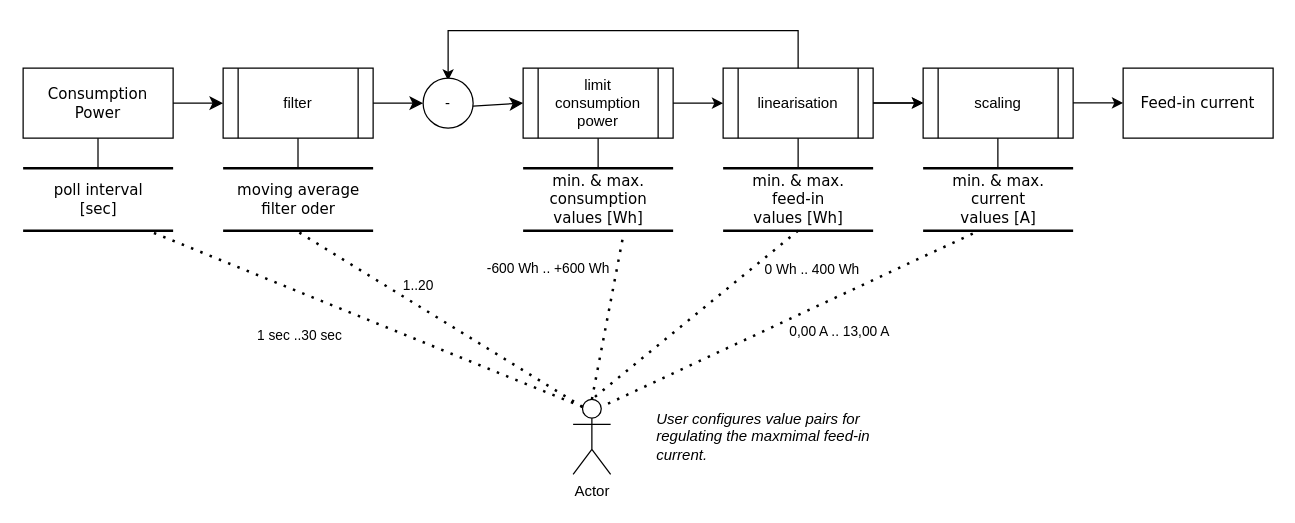
Above: docs/images/processing.drawio in JoTid/PVZero (draw.io), before the change. Source tidied: cells renumbered, new cells numbered last; positions are measured from the earlier drawing's top-left corner, leaving out a move shared by most shapes. Both pictures are drawn from the tidied source at 125%, with x=0, y=0 at pixel (22, 30).
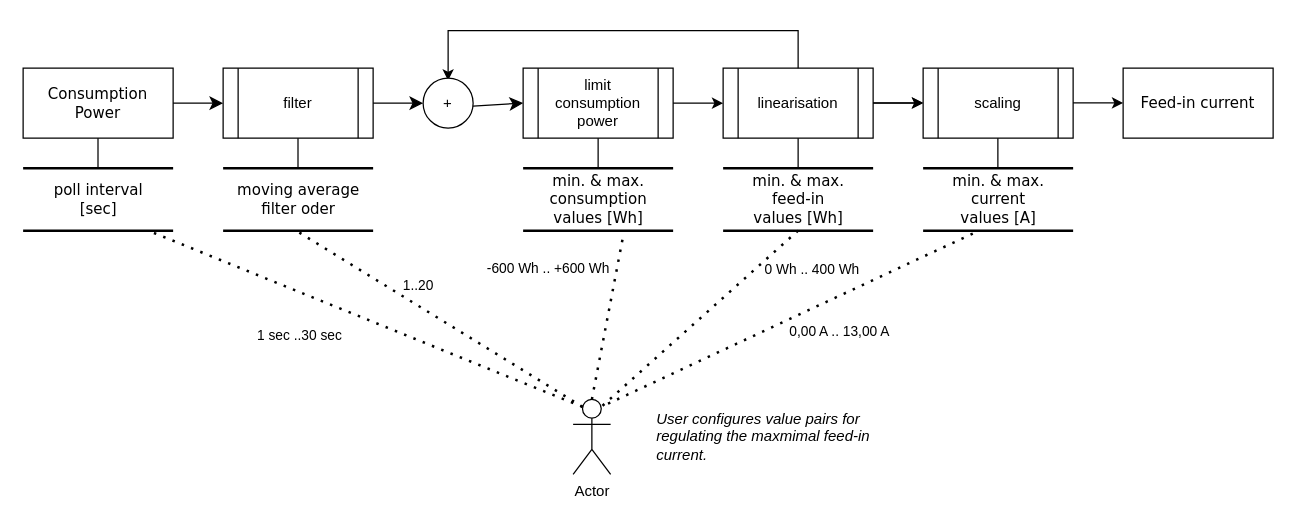
After the change.

Commit message (it also covers changes not shown here):
Update drawings for documentation - fix the flow chart for processing

Unchanged cells that the change refers to:
```xml
<mxCell id="20" value="Actor" style="shape=umlActor;verticalLabelPosition=bottom;verticalAlign=top;html=1;outlineConnect=0;" parent="1" vertex="1">
  <mxGeometry x="440" y="295" width="30" height="60" as="geometry" />
</mxCell>
```

Diff of the diagram source:
```diff
@@
-    <mxCell id="25" style="endArrow=none;dashed=1;html=1;dashPattern=1 3;strokeWidth=2;rounded=0;exitX=0.331;exitY=1.047;exitDx=0;exitDy=0;exitPerimeter=0;entryX=0.5;entryY=0;entryDx=0;entryDy=0;entryPerimeter=0;" parent="1" edge="1" target="20">
+    <mxCell id="25" style="endArrow=none;dashed=1;html=1;dashPattern=1 3;strokeWidth=2;rounded=0;exitX=0.331;exitY=1.047;exitDx=0;exitDy=0;exitPerimeter=0;entryX=0.75;entryY=0.1;entryDx=0;entryDy=0;entryPerimeter=0;" parent="1" edge="1" target="20">
       <mxGeometry relative="1" as="geometry">
         <mxPoint x="620" y="160" as="sourcePoint" />
       </mxGeometry>
     </mxCell>
@@
-    <mxCell id="37" value="-" style="ellipse;whiteSpace=wrap;html=1;" parent="1" vertex="1">
+    <mxCell id="37" value="+" style="ellipse;whiteSpace=wrap;html=1;" parent="1" vertex="1">
       <mxGeometry x="320" y="38" width="40" height="40" as="geometry" />
     </mxCell>
```
